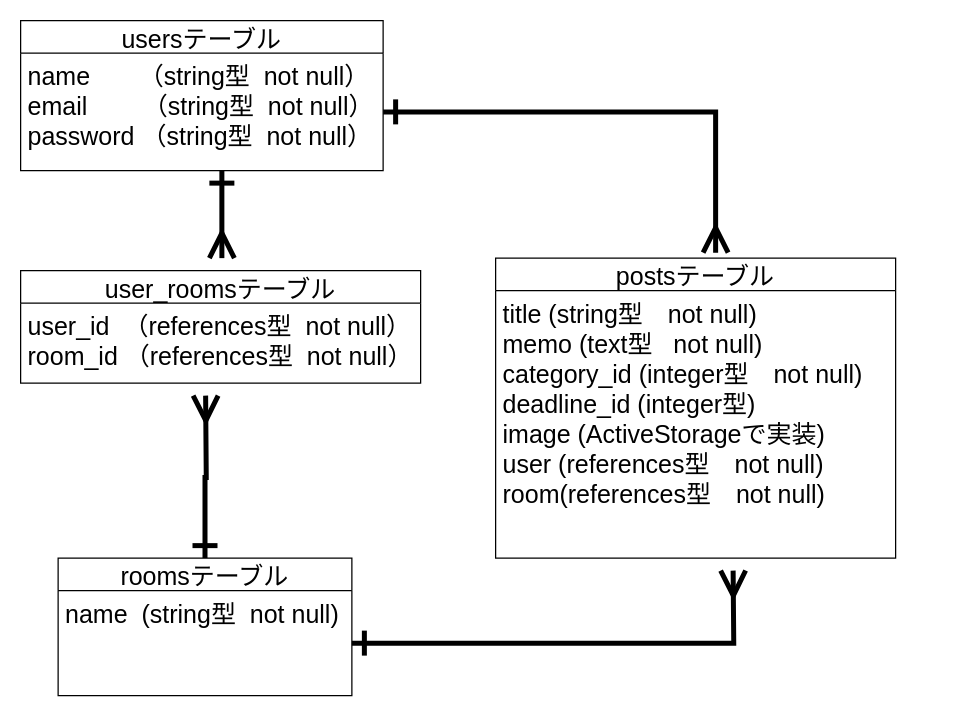
The draw.io diagram er.dio in a-chikara/share-goals, before the edit. Source tidied: cells renumbered, new cells numbered last; positions are measured from the earlier drawing's top-left corner, leaving out a move shared by most shapes. Both pictures are drawn from the tidied source at 125%, with x=0, y=0 at pixel (20, 20).
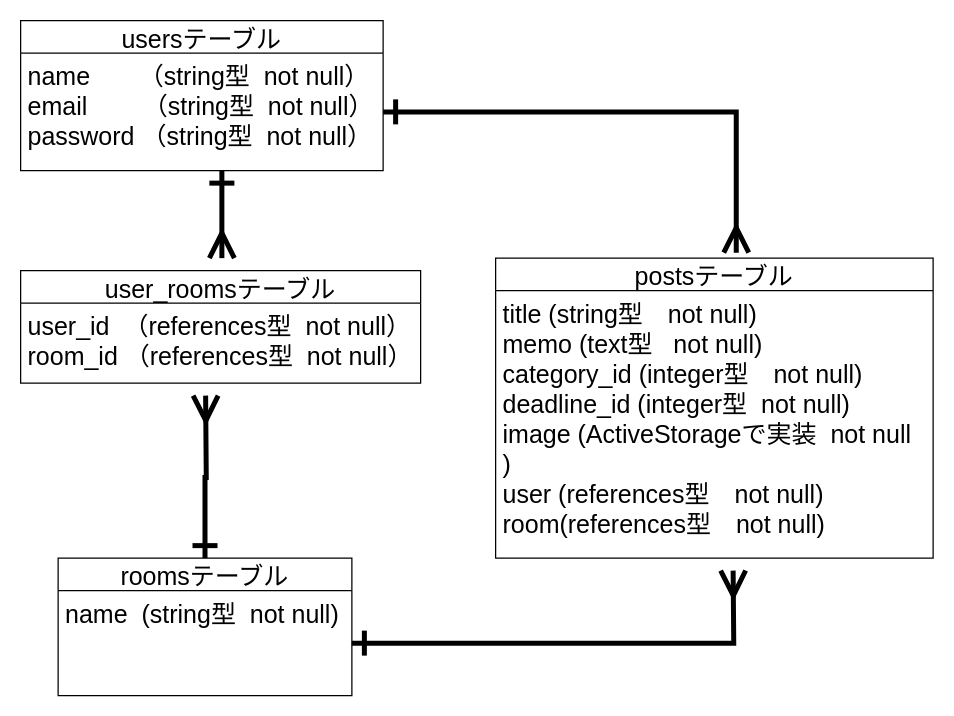
Above is the later version.

Commit message (it also covers changes not shown here):
ActiveHash実装後の修正

The edit, as a diff of the source:
```diff
@@
 <mxGraphModel>
   <root>
     <mxCell id="0" />
     <mxCell id="1" parent="0" />
     <mxCell id="2" style="edgeStyle=orthogonalEdgeStyle;rounded=0;orthogonalLoop=1;jettySize=auto;html=1;fontSize=20;endArrow=ERmany;endFill=0;startArrow=ERone;startFill=0;strokeWidth=4;endSize=15;startSize=15;" parent="1" edge="1">
       <mxGeometry relative="1" as="geometry">
         <mxPoint x="161" y="120" as="sourcePoint" />
         <mxPoint x="161" y="190" as="targetPoint" />
       </mxGeometry>
     </mxCell>
     <mxCell id="3" value="usersテーブル" style="swimlane;fontStyle=0;horizontal=1;startSize=26;align=center;fontSize=20;" parent="1" vertex="1">
       <mxGeometry width="290" height="120" as="geometry" />
     </mxCell>
     <mxCell id="4" value="name       （string型  not null）&#10;email        （string型  not null）&#10;password （string型  not null）" style="text;strokeColor=none;fillColor=none;spacingLeft=4;spacingRight=4;overflow=hidden;points=[[0,0.5],[1,0.5]];portConstraint=eastwest;fontSize=20;" parent="3" vertex="1">
       <mxGeometry y="26" width="290" height="94" as="geometry" />
     </mxCell>
     <mxCell id="5" style="edgeStyle=orthogonalEdgeStyle;rounded=0;jettySize=auto;html=1;startArrow=ERone;startFill=0;startSize=15;endArrow=ERmany;endFill=0;endSize=15;strokeWidth=4;fontSize=20;" parent="1" edge="1" source="6">
       <mxGeometry relative="1" as="geometry">
         <mxPoint x="148" y="300" as="targetPoint" />
       </mxGeometry>
     </mxCell>
     <mxCell id="6" value="roomsテーブル" style="swimlane;fontStyle=0;horizontal=1;startSize=26;align=center;fontSize=20;" parent="1" vertex="1">
       <mxGeometry x="30" y="430" width="235" height="110" as="geometry" />
     </mxCell>
     <mxCell id="7" value="name  (string型  not null)" style="text;strokeColor=none;fillColor=none;spacingLeft=4;spacingRight=4;overflow=hidden;points=[[0,0.5],[1,0.5]];portConstraint=eastwest;fontSize=20;" parent="6" vertex="1">
       <mxGeometry y="26" width="235" height="84" as="geometry" />
     </mxCell>
     <mxCell id="8" value="user_roomsテーブル" style="swimlane;fontStyle=0;horizontal=1;startSize=26;align=center;fontSize=20;" parent="1" vertex="1">
       <mxGeometry y="200" width="320" height="90" as="geometry" />
     </mxCell>
     <mxCell id="9" value="user_id  （references型  not null）&#10;room_id （references型  not null）" style="text;strokeColor=none;fillColor=none;spacingLeft=4;spacingRight=4;overflow=hidden;fontSize=20;" parent="8" vertex="1">
       <mxGeometry y="26" width="320" height="64" as="geometry" />
     </mxCell>
     <mxCell id="10" value="postsテーブル" style="swimlane;fontStyle=0;horizontal=1;startSize=26;align=center;fontSize=20;" parent="1" vertex="1">
-      <mxGeometry x="380" y="190" width="320" height="240" as="geometry" />
+      <mxGeometry x="380" y="190" width="350" height="240" as="geometry" />
     </mxCell>
-    <mxCell id="11" value="title (string型　not null)  &#10;memo (text型   not null) &#10;category_id (integer型　not null)&#10;deadline_id (integer型)&#10;image (ActiveStorageで実装)&#10;user (references型　not null)&#10;room(references型　not null)" style="text;strokeColor=none;fillColor=none;spacingLeft=4;spacingRight=4;overflow=hidden;fontSize=20;" parent="10" vertex="1">
-      <mxGeometry y="26" width="320" height="214" as="geometry" />
+    <mxCell id="11" value="title (string型　not null)  &#10;memo (text型   not null) &#10;category_id (integer型　not null)&#10;deadline_id (integer型  not null)&#10;image (ActiveStorageで実装  not null&#10;)&#10;user (references型　not null)&#10;room(references型　not null)" style="text;strokeColor=none;fillColor=none;spacingLeft=4;spacingRight=4;overflow=hidden;fontSize=20;" parent="10" vertex="1">
+      <mxGeometry y="26" width="350" height="214" as="geometry" />
     </mxCell>
     <mxCell id="12" style="edgeStyle=orthogonalEdgeStyle;rounded=0;jettySize=auto;html=1;entryX=0.55;entryY=-0.018;entryDx=0;entryDy=0;entryPerimeter=0;startArrow=ERone;startFill=0;startSize=15;endArrow=ERmany;endFill=0;endSize=15;strokeWidth=4;fontSize=20;" parent="1" edge="1" source="4" target="10">
       <mxGeometry relative="1" as="geometry" />
     </mxCell>
     <mxCell id="13" style="edgeStyle=orthogonalEdgeStyle;rounded=0;jettySize=auto;html=1;startArrow=ERone;startFill=0;startSize=15;endArrow=ERmany;endFill=0;endSize=15;strokeWidth=4;fontSize=20;" parent="1" edge="1" source="7">
       <mxGeometry relative="1" as="geometry">
         <mxPoint x="570" y="440" as="targetPoint" />
       </mxGeometry>
     </mxCell>
   </root>
 </mxGraphModel>
```
